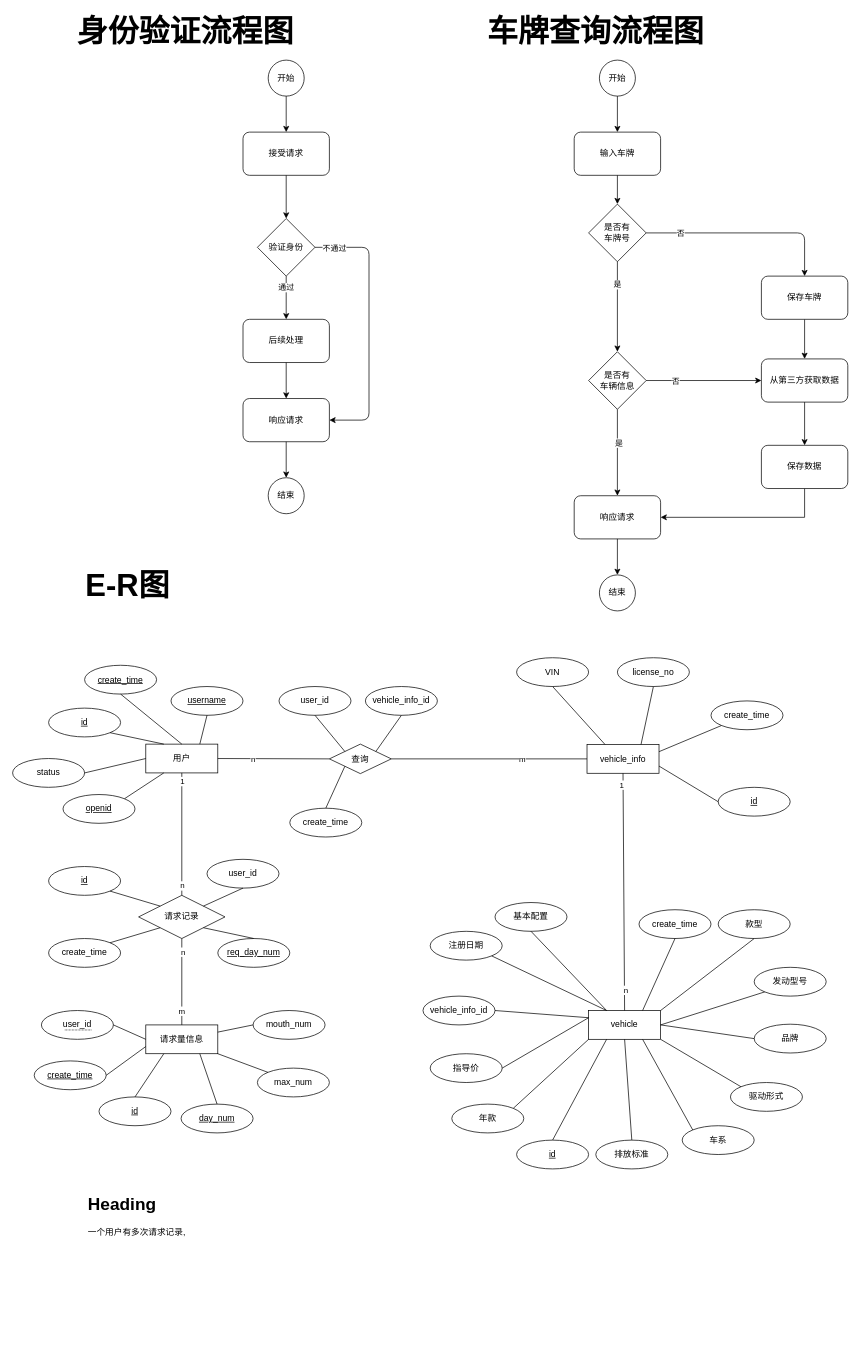
This is apiproject.drawio from xlgp/static, a draw.io file, before an edit. Source tidied: cells renumbered, new cells numbered last; positions are measured from the earlier drawing's top-left corner, leaving out a move shared by most shapes. Both pictures are drawn from the tidied source at 72%, with x=0, y=0 at pixel (12, 24).
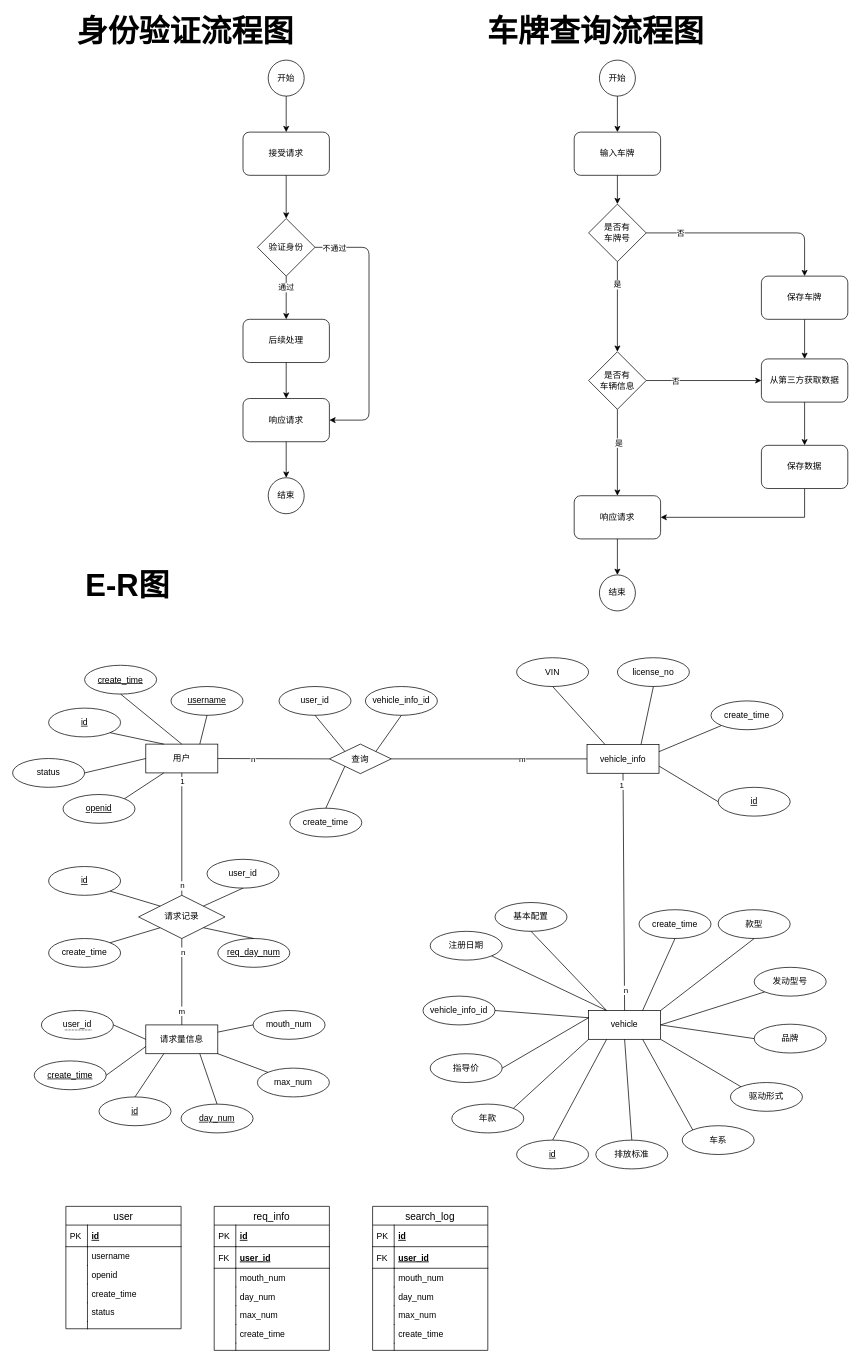
The same diagram, later.

The edit, as a diff of the source:
```diff
@@
-    <mxCell id="131" value="&lt;h1&gt;Heading&lt;/h1&gt;&lt;p&gt;一个用户有多次请求记录,&lt;/p&gt;&lt;p&gt;&lt;br&gt;&lt;/p&gt;" style="text;html=1;strokeColor=none;fillColor=none;spacing=5;spacingTop=-20;whiteSpace=wrap;overflow=hidden;rounded=0;" parent="1" vertex="1">
-      <mxGeometry x="100" y="1620" width="190" height="120" as="geometry" />
-    </mxCell>
+    <mxCell id="132" value="user" style="swimlane;fontStyle=0;horizontal=1;startSize=26;align=center;fontSize=14;" parent="1" vertex="1">
+      <mxGeometry x="74" y="1642" width="160" height="170" as="geometry" />
+    </mxCell>
+    <mxCell id="133" value="id" style="shape=partialRectangle;top=0;left=0;right=0;bottom=1;align=left;verticalAlign=middle;fillColor=none;spacingLeft=34;spacingRight=4;overflow=hidden;fontStyle=5;fontSize=12;" parent="132" vertex="1">
+      <mxGeometry y="26" width="160" height="30" as="geometry" />
+    </mxCell>
+    <mxCell id="134" value="PK" style="shape=partialRectangle;top=0;left=0;bottom=0;fillColor=none;align=left;verticalAlign=middle;spacingLeft=4;spacingRight=4;overflow=hidden;fontSize=12;" parent="133" vertex="1">
+      <mxGeometry width="30" height="30" as="geometry" />
+    </mxCell>
+    <mxCell id="135" value="username" style="shape=partialRectangle;top=0;left=0;right=0;bottom=0;align=left;verticalAlign=top;fillColor=none;spacingLeft=34;spacingRight=4;overflow=hidden;fontSize=12;" parent="132" vertex="1">
+      <mxGeometry y="56" width="160" height="26" as="geometry" />
+    </mxCell>
+    <mxCell id="136" style="shape=partialRectangle;top=0;left=0;bottom=0;fillColor=none;align=left;verticalAlign=top;spacingLeft=4;spacingRight=4;overflow=hidden;fontSize=12;" parent="135" vertex="1">
+      <mxGeometry width="30" height="26" as="geometry" />
+    </mxCell>
+    <mxCell id="137" value="openid" style="shape=partialRectangle;top=0;left=0;right=0;bottom=0;align=left;verticalAlign=top;fillColor=none;spacingLeft=34;spacingRight=4;overflow=hidden;fontSize=12;" parent="132" vertex="1">
+      <mxGeometry y="82" width="160" height="26" as="geometry" />
+    </mxCell>
+    <mxCell id="138" style="shape=partialRectangle;top=0;left=0;bottom=0;fillColor=none;align=left;verticalAlign=top;spacingLeft=4;spacingRight=4;overflow=hidden;fontSize=12;" parent="137" vertex="1">
+      <mxGeometry width="30" height="26" as="geometry" />
+    </mxCell>
+    <mxCell id="139" value="create_time" style="shape=partialRectangle;top=0;left=0;right=0;bottom=0;align=left;verticalAlign=top;fillColor=none;spacingLeft=34;spacingRight=4;overflow=hidden;fontSize=12;" parent="132" vertex="1">
+      <mxGeometry y="108" width="160" height="26" as="geometry" />
+    </mxCell>
+    <mxCell id="140" style="shape=partialRectangle;top=0;left=0;bottom=0;fillColor=none;align=left;verticalAlign=top;spacingLeft=4;spacingRight=4;overflow=hidden;fontSize=12;" parent="139" vertex="1">
+      <mxGeometry width="30" height="26" as="geometry" />
+    </mxCell>
+    <mxCell id="141" value="status" style="shape=partialRectangle;top=0;left=0;right=0;bottom=0;align=left;verticalAlign=top;fillColor=none;spacingLeft=34;spacingRight=4;overflow=hidden;fontSize=12;" parent="132" vertex="1">
+      <mxGeometry y="134" width="160" height="26" as="geometry" />
+    </mxCell>
+    <mxCell id="142" style="shape=partialRectangle;top=0;left=0;bottom=0;fillColor=none;align=left;verticalAlign=top;spacingLeft=4;spacingRight=4;overflow=hidden;fontSize=12;" parent="141" vertex="1">
+      <mxGeometry width="30" height="26" as="geometry" />
+    </mxCell>
+    <mxCell id="143" style="shape=partialRectangle;top=0;left=0;right=0;bottom=0;align=left;verticalAlign=top;fillColor=none;spacingLeft=34;spacingRight=4;overflow=hidden;fontSize=12;" parent="132" vertex="1">
+      <mxGeometry y="160" width="160" height="10" as="geometry" />
+    </mxCell>
+    <mxCell id="144" style="shape=partialRectangle;top=0;left=0;bottom=0;fillColor=none;align=left;verticalAlign=top;spacingLeft=4;spacingRight=4;overflow=hidden;fontSize=12;" parent="143" vertex="1">
+      <mxGeometry width="30" height="10" as="geometry" />
+    </mxCell>
+    <mxCell id="145" value="req_info" style="swimlane;fontStyle=0;horizontal=1;startSize=26;align=center;fontSize=14;" parent="1" vertex="1">
+      <mxGeometry x="280" y="1642" width="160" height="200" as="geometry" />
+    </mxCell>
+    <mxCell id="146" value="id" style="shape=partialRectangle;top=0;left=0;right=0;bottom=1;align=left;verticalAlign=middle;fillColor=none;spacingLeft=34;spacingRight=4;overflow=hidden;fontStyle=5;fontSize=12;" parent="145" vertex="1">
+      <mxGeometry y="26" width="160" height="30" as="geometry" />
+    </mxCell>
+    <mxCell id="147" value="PK" style="shape=partialRectangle;top=0;left=0;bottom=0;fillColor=none;align=left;verticalAlign=middle;spacingLeft=4;spacingRight=4;overflow=hidden;fontSize=12;" parent="146" vertex="1">
+      <mxGeometry width="30" height="30" as="geometry" />
+    </mxCell>
+    <mxCell id="148" value="user_id" style="shape=partialRectangle;top=0;left=0;right=0;bottom=1;align=left;verticalAlign=middle;fillColor=none;spacingLeft=34;spacingRight=4;overflow=hidden;fontStyle=5;fontSize=12;" parent="145" vertex="1">
+      <mxGeometry y="56" width="160" height="30" as="geometry" />
+    </mxCell>
+    <mxCell id="149" value="FK" style="shape=partialRectangle;top=0;left=0;bottom=0;fillColor=none;align=left;verticalAlign=middle;spacingLeft=4;spacingRight=4;overflow=hidden;fontSize=12;" parent="148" vertex="1">
+      <mxGeometry width="30" height="30" as="geometry" />
+    </mxCell>
+    <mxCell id="150" value="mouth_num" style="shape=partialRectangle;top=0;left=0;right=0;bottom=0;align=left;verticalAlign=top;fillColor=none;spacingLeft=34;spacingRight=4;overflow=hidden;fontSize=12;" parent="145" vertex="1">
+      <mxGeometry y="86" width="160" height="26" as="geometry" />
+    </mxCell>
+    <mxCell id="151" style="shape=partialRectangle;top=0;left=0;bottom=0;fillColor=none;align=left;verticalAlign=top;spacingLeft=4;spacingRight=4;overflow=hidden;fontSize=12;" parent="150" vertex="1">
+      <mxGeometry width="30" height="26" as="geometry" />
+    </mxCell>
+    <mxCell id="152" value="day_num" style="shape=partialRectangle;top=0;left=0;right=0;bottom=0;align=left;verticalAlign=top;fillColor=none;spacingLeft=34;spacingRight=4;overflow=hidden;fontSize=12;" parent="145" vertex="1">
+      <mxGeometry y="112" width="160" height="26" as="geometry" />
+    </mxCell>
+    <mxCell id="153" style="shape=partialRectangle;top=0;left=0;bottom=0;fillColor=none;align=left;verticalAlign=top;spacingLeft=4;spacingRight=4;overflow=hidden;fontSize=12;" parent="152" vertex="1">
+      <mxGeometry width="30" height="26" as="geometry" />
+    </mxCell>
+    <mxCell id="154" value="max_num" style="shape=partialRectangle;top=0;left=0;right=0;bottom=0;align=left;verticalAlign=top;fillColor=none;spacingLeft=34;spacingRight=4;overflow=hidden;fontSize=12;" parent="145" vertex="1">
+      <mxGeometry y="138" width="160" height="26" as="geometry" />
+    </mxCell>
+    <mxCell id="155" style="shape=partialRectangle;top=0;left=0;bottom=0;fillColor=none;align=left;verticalAlign=top;spacingLeft=4;spacingRight=4;overflow=hidden;fontSize=12;" parent="154" vertex="1">
+      <mxGeometry width="30" height="26" as="geometry" />
+    </mxCell>
+    <mxCell id="156" value="create_time" style="shape=partialRectangle;top=0;left=0;right=0;bottom=0;align=left;verticalAlign=top;fillColor=none;spacingLeft=34;spacingRight=4;overflow=hidden;fontSize=12;" parent="145" vertex="1">
+      <mxGeometry y="164" width="160" height="26" as="geometry" />
+    </mxCell>
+    <mxCell id="157" style="shape=partialRectangle;top=0;left=0;bottom=0;fillColor=none;align=left;verticalAlign=top;spacingLeft=4;spacingRight=4;overflow=hidden;fontSize=12;" parent="156" vertex="1">
+      <mxGeometry width="30" height="26" as="geometry" />
+    </mxCell>
+    <mxCell id="158" style="shape=partialRectangle;top=0;left=0;right=0;bottom=0;align=left;verticalAlign=top;fillColor=none;spacingLeft=34;spacingRight=4;overflow=hidden;fontSize=12;" parent="145" vertex="1">
+      <mxGeometry y="190" width="160" height="10" as="geometry" />
+    </mxCell>
+    <mxCell id="159" style="shape=partialRectangle;top=0;left=0;bottom=0;fillColor=none;align=left;verticalAlign=top;spacingLeft=4;spacingRight=4;overflow=hidden;fontSize=12;" parent="158" vertex="1">
+      <mxGeometry width="30" height="10" as="geometry" />
+    </mxCell>
+    <mxCell id="160" value="search_log" style="swimlane;fontStyle=0;horizontal=1;startSize=26;align=center;fontSize=14;" parent="1" vertex="1">
+      <mxGeometry x="500" y="1642" width="160" height="200" as="geometry" />
+    </mxCell>
+    <mxCell id="161" value="id" style="shape=partialRectangle;top=0;left=0;right=0;bottom=1;align=left;verticalAlign=middle;fillColor=none;spacingLeft=34;spacingRight=4;overflow=hidden;fontStyle=5;fontSize=12;" parent="160" vertex="1">
+      <mxGeometry y="26" width="160" height="30" as="geometry" />
+    </mxCell>
+    <mxCell id="162" value="PK" style="shape=partialRectangle;top=0;left=0;bottom=0;fillColor=none;align=left;verticalAlign=middle;spacingLeft=4;spacingRight=4;overflow=hidden;fontSize=12;" parent="161" vertex="1">
+      <mxGeometry width="30" height="30" as="geometry" />
+    </mxCell>
+    <mxCell id="163" value="user_id" style="shape=partialRectangle;top=0;left=0;right=0;bottom=1;align=left;verticalAlign=middle;fillColor=none;spacingLeft=34;spacingRight=4;overflow=hidden;fontStyle=5;fontSize=12;" parent="160" vertex="1">
+      <mxGeometry y="56" width="160" height="30" as="geometry" />
+    </mxCell>
+    <mxCell id="164" value="FK" style="shape=partialRectangle;top=0;left=0;bottom=0;fillColor=none;align=left;verticalAlign=middle;spacingLeft=4;spacingRight=4;overflow=hidden;fontSize=12;" parent="163" vertex="1">
+      <mxGeometry width="30" height="30" as="geometry" />
+    </mxCell>
+    <mxCell id="165" value="mouth_num" style="shape=partialRectangle;top=0;left=0;right=0;bottom=0;align=left;verticalAlign=top;fillColor=none;spacingLeft=34;spacingRight=4;overflow=hidden;fontSize=12;" parent="160" vertex="1">
+      <mxGeometry y="86" width="160" height="26" as="geometry" />
+    </mxCell>
+    <mxCell id="166" style="shape=partialRectangle;top=0;left=0;bottom=0;fillColor=none;align=left;verticalAlign=top;spacingLeft=4;spacingRight=4;overflow=hidden;fontSize=12;" parent="165" vertex="1">
+      <mxGeometry width="30" height="26" as="geometry" />
+    </mxCell>
+    <mxCell id="167" value="day_num" style="shape=partialRectangle;top=0;left=0;right=0;bottom=0;align=left;verticalAlign=top;fillColor=none;spacingLeft=34;spacingRight=4;overflow=hidden;fontSize=12;" parent="160" vertex="1">
+      <mxGeometry y="112" width="160" height="26" as="geometry" />
+    </mxCell>
+    <mxCell id="168" style="shape=partialRectangle;top=0;left=0;bottom=0;fillColor=none;align=left;verticalAlign=top;spacingLeft=4;spacingRight=4;overflow=hidden;fontSize=12;" parent="167" vertex="1">
+      <mxGeometry width="30" height="26" as="geometry" />
+    </mxCell>
+    <mxCell id="169" value="max_num" style="shape=partialRectangle;top=0;left=0;right=0;bottom=0;align=left;verticalAlign=top;fillColor=none;spacingLeft=34;spacingRight=4;overflow=hidden;fontSize=12;" parent="160" vertex="1">
+      <mxGeometry y="138" width="160" height="26" as="geometry" />
+    </mxCell>
+    <mxCell id="170" style="shape=partialRectangle;top=0;left=0;bottom=0;fillColor=none;align=left;verticalAlign=top;spacingLeft=4;spacingRight=4;overflow=hidden;fontSize=12;" parent="169" vertex="1">
+      <mxGeometry width="30" height="26" as="geometry" />
+    </mxCell>
+    <mxCell id="171" value="create_time" style="shape=partialRectangle;top=0;left=0;right=0;bottom=0;align=left;verticalAlign=top;fillColor=none;spacingLeft=34;spacingRight=4;overflow=hidden;fontSize=12;" parent="160" vertex="1">
+      <mxGeometry y="164" width="160" height="26" as="geometry" />
+    </mxCell>
+    <mxCell id="172" style="shape=partialRectangle;top=0;left=0;bottom=0;fillColor=none;align=left;verticalAlign=top;spacingLeft=4;spacingRight=4;overflow=hidden;fontSize=12;" parent="171" vertex="1">
+      <mxGeometry width="30" height="26" as="geometry" />
+    </mxCell>
+    <mxCell id="173" style="shape=partialRectangle;top=0;left=0;right=0;bottom=0;align=left;verticalAlign=top;fillColor=none;spacingLeft=34;spacingRight=4;overflow=hidden;fontSize=12;" parent="160" vertex="1">
+      <mxGeometry y="190" width="160" height="10" as="geometry" />
+    </mxCell>
+    <mxCell id="174" style="shape=partialRectangle;top=0;left=0;bottom=0;fillColor=none;align=left;verticalAlign=top;spacingLeft=4;spacingRight=4;overflow=hidden;fontSize=12;" parent="173" vertex="1">
+      <mxGeometry width="30" height="10" as="geometry" />
+    </mxCell>
```
